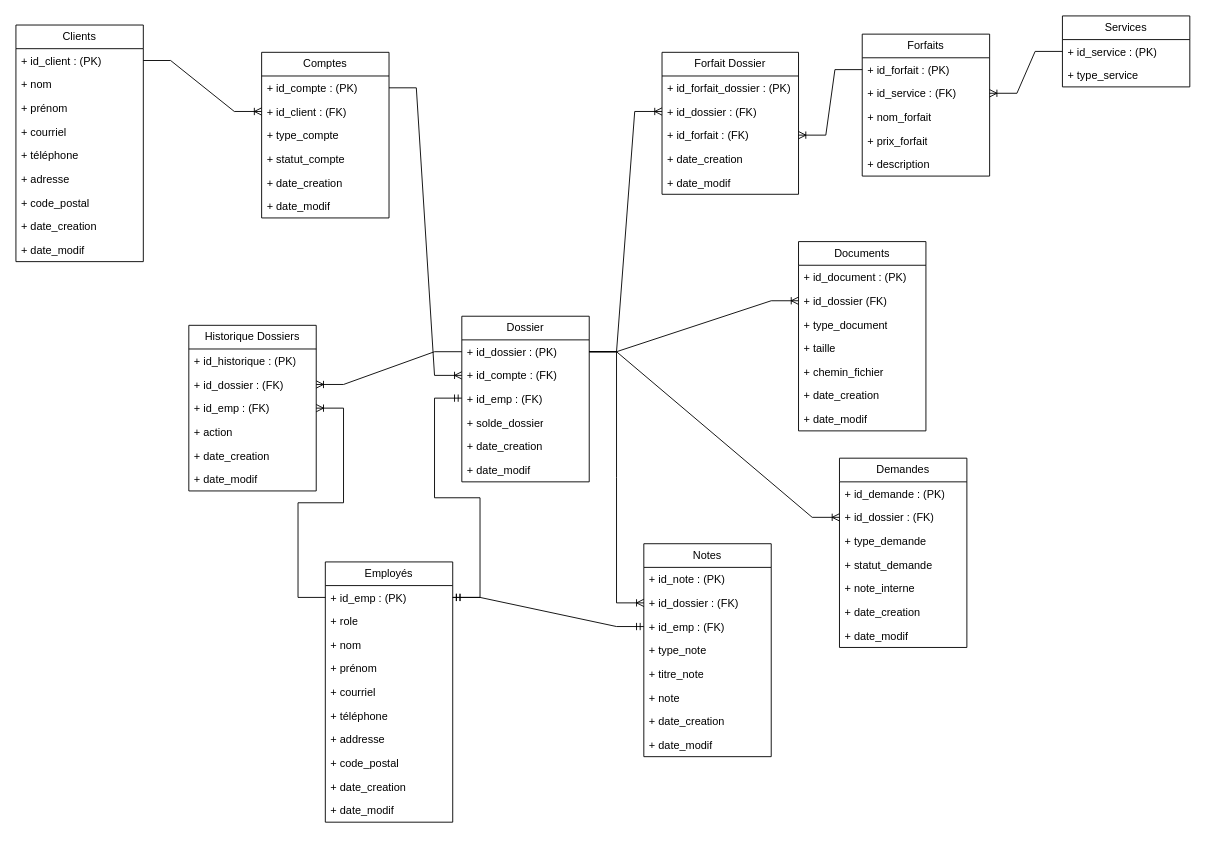
JeHudon/BelleVibe keeps this draw.io diagram as Mandat 1 - Planification/BelleVibe Modèle Relationnel.drawio. Above is the earlier version. Source tidied: cells renumbered, new cells numbered last; positions are measured from the earlier drawing's top-left corner, leaving out a move shared by most shapes. Both pictures are drawn from the tidied source at 91%, with x=0, y=0 at pixel (15, 15).
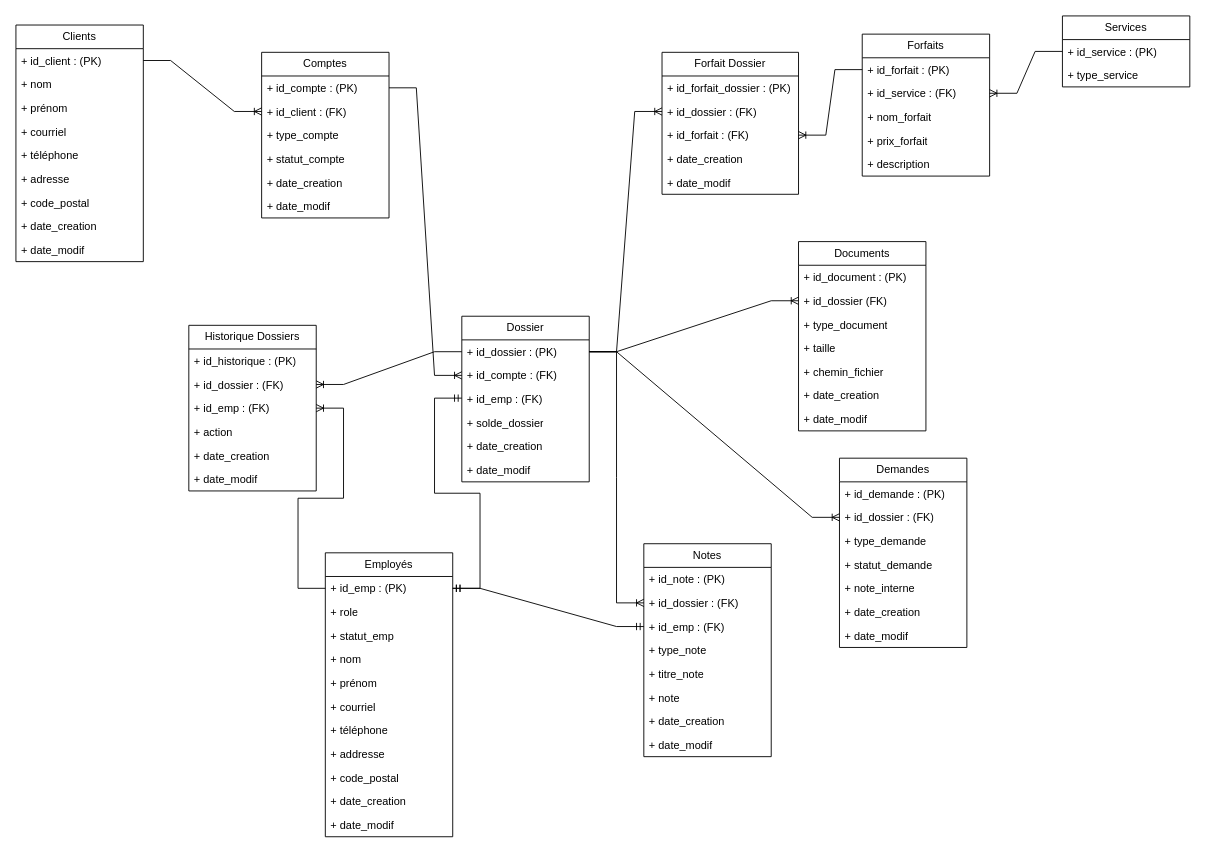
The same diagram, later.

Commit message (it also covers changes not shown here):
MODIFICATION APRES MANDAT : ajout statut employé pour pouvoir suspendre

The edit, as a diff of the source:
```diff
@@
     <mxCell id="12" value="Employés" style="swimlane;fontStyle=0;horizontal=1;startSize=26;fillColor=none;whiteSpace=wrap;html=1;" parent="1" vertex="1">
-      <mxGeometry x="340" y="600" width="140" height="286" as="geometry" />
+      <mxGeometry x="340" y="590" width="140" height="312" as="geometry" />
     </mxCell>
@@
+    <mxCell id="96" value="+ statut_emp" style="text;strokeColor=none;fillColor=none;align=left;verticalAlign=top;spacingLeft=4;spacingRight=4;overflow=hidden;whiteSpace=wrap;html=1;" parent="12" vertex="1">
+      <mxGeometry y="78" width="140" height="26" as="geometry" />
+    </mxCell>
     <mxCell id="15" value="+ nom&amp;nbsp;" style="text;strokeColor=none;fillColor=none;align=left;verticalAlign=top;spacingLeft=4;spacingRight=4;overflow=hidden;whiteSpace=wrap;html=1;" parent="12" vertex="1">
-      <mxGeometry y="78" width="140" height="26" as="geometry" />
+      <mxGeometry y="104" width="140" height="26" as="geometry" />
     </mxCell>
     <mxCell id="16" value="+ prénom&amp;nbsp;" style="text;strokeColor=none;fillColor=none;align=left;verticalAlign=top;spacingLeft=4;spacingRight=4;overflow=hidden;whiteSpace=wrap;html=1;" parent="12" vertex="1">
-      <mxGeometry y="104" width="140" height="26" as="geometry" />
+      <mxGeometry y="130" width="140" height="26" as="geometry" />
     </mxCell>
     <mxCell id="17" value="+ courriel" style="text;strokeColor=none;fillColor=none;align=left;verticalAlign=top;spacingLeft=4;spacingRight=4;overflow=hidden;whiteSpace=wrap;html=1;" parent="12" vertex="1">
-      <mxGeometry y="130" width="140" height="26" as="geometry" />
+      <mxGeometry y="156" width="140" height="26" as="geometry" />
     </mxCell>
     <mxCell id="18" value="+ téléphone" style="text;strokeColor=none;fillColor=none;align=left;verticalAlign=top;spacingLeft=4;spacingRight=4;overflow=hidden;whiteSpace=wrap;html=1;" parent="12" vertex="1">
-      <mxGeometry y="156" width="140" height="26" as="geometry" />
+      <mxGeometry y="182" width="140" height="26" as="geometry" />
     </mxCell>
     <mxCell id="19" value="+ addresse&amp;nbsp;" style="text;strokeColor=none;fillColor=none;align=left;verticalAlign=top;spacingLeft=4;spacingRight=4;overflow=hidden;whiteSpace=wrap;html=1;" parent="12" vertex="1">
-      <mxGeometry y="182" width="140" height="26" as="geometry" />
+      <mxGeometry y="208" width="140" height="26" as="geometry" />
     </mxCell>
     <mxCell id="20" value="+ code_postal" style="text;strokeColor=none;fillColor=none;align=left;verticalAlign=top;spacingLeft=4;spacingRight=4;overflow=hidden;whiteSpace=wrap;html=1;" parent="12" vertex="1">
-      <mxGeometry y="208" width="140" height="26" as="geometry" />
+      <mxGeometry y="234" width="140" height="26" as="geometry" />
     </mxCell>
     <mxCell id="21" value="+ date_creation&lt;div&gt;&lt;br&gt;&lt;/div&gt;" style="text;strokeColor=none;fillColor=none;align=left;verticalAlign=top;spacingLeft=4;spacingRight=4;overflow=hidden;whiteSpace=wrap;html=1;" parent="12" vertex="1">
-      <mxGeometry y="234" width="140" height="26" as="geometry" />
+      <mxGeometry y="260" width="140" height="26" as="geometry" />
     </mxCell>
     <mxCell id="22" value="+ date_modif" style="text;strokeColor=none;fillColor=none;align=left;verticalAlign=top;spacingLeft=4;spacingRight=4;overflow=hidden;whiteSpace=wrap;html=1;" parent="12" vertex="1">
-      <mxGeometry y="260" width="140" height="26" as="geometry" />
+      <mxGeometry y="286" width="140" height="26" as="geometry" />
     </mxCell>
```
